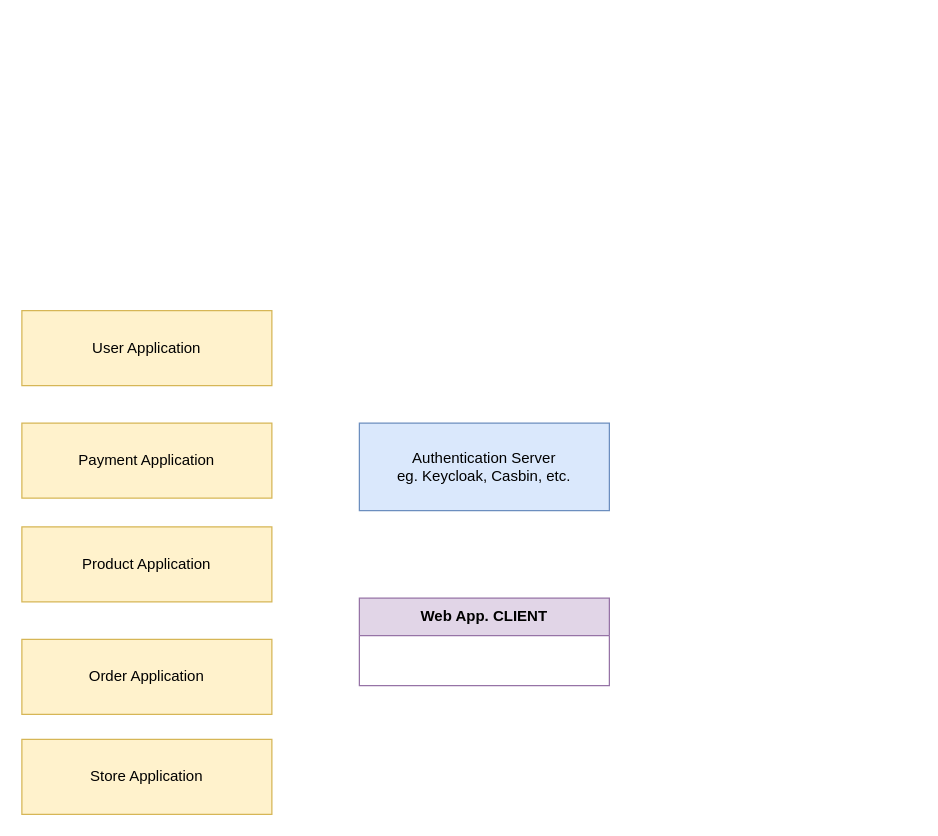
Earlier version of the draw.io diagram marketplace-diagram/MarketplaceApplication.drawio (AlibekAltynbek/draw.io). Source tidied: cells renumbered, new cells numbered last; positions are measured from the earlier drawing's top-left corner, leaving out a move shared by most shapes. Both pictures are drawn from the tidied source at 125%, with x=0, y=0 at pixel (21, 310).
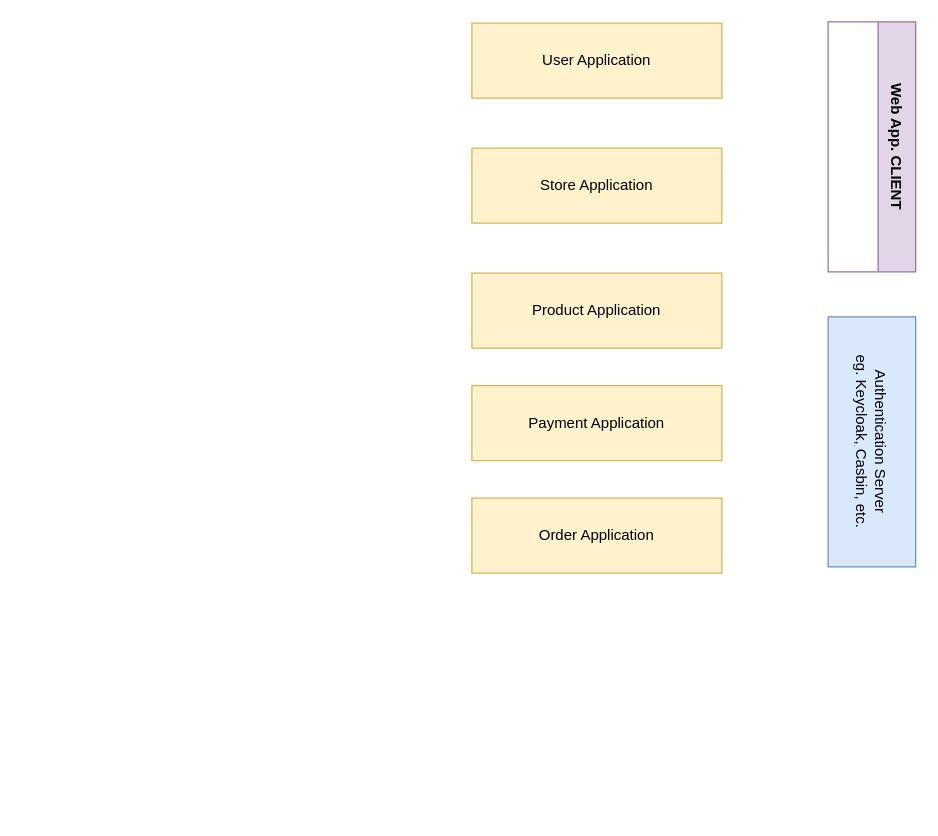
The same diagram, later.

What changed in the source:
```diff
@@
 <mxGraphModel>
   <root>
     <mxCell id="0" />
     <mxCell id="1" parent="0" />
-    <mxCell id="2" value="Web App. CLIENT" style="swimlane;whiteSpace=wrap;html=1;startSize=30;fillColor=#e1d5e7;strokeColor=#9673a6;" parent="1" vertex="1">
-      <mxGeometry x="270" y="230" width="200" height="70" as="geometry" />
+    <mxCell id="2" value="Web App. CLIENT" style="swimlane;whiteSpace=wrap;html=1;startSize=30;fillColor=#e1d5e7;strokeColor=#9673a6;rotation=90;" parent="1" vertex="1">
+      <mxGeometry x="580" y="-166" width="200" height="70" as="geometry" />
     </mxCell>
-    <mxCell id="3" value="Authentication Server&lt;br&gt;eg. Keycloak, Casbin, etc." style="rounded=0;whiteSpace=wrap;html=1;fillColor=#dae8fc;strokeColor=#6c8ebf;" parent="1" vertex="1">
-      <mxGeometry x="270" y="90" width="200" height="70" as="geometry" />
+    <mxCell id="3" value="Authentication Server&lt;br&gt;eg. Keycloak, Casbin, etc." style="rounded=0;whiteSpace=wrap;html=1;fillColor=#dae8fc;strokeColor=#6c8ebf;rotation=90;" parent="1" vertex="1">
+      <mxGeometry x="580" y="70" width="200" height="70" as="geometry" />
     </mxCell>
     <mxCell id="4" value="User Application" style="rounded=0;whiteSpace=wrap;html=1;fillColor=#fff2cc;strokeColor=#d6b656;" parent="1" vertex="1">
-      <mxGeometry width="200" height="60" as="geometry" />
+      <mxGeometry x="360" y="-230" width="200" height="60" as="geometry" />
     </mxCell>
     <mxCell id="5" value="Product Application" style="rounded=0;whiteSpace=wrap;html=1;fillColor=#fff2cc;strokeColor=#d6b656;" parent="1" vertex="1">
-      <mxGeometry y="173" width="200" height="60" as="geometry" />
+      <mxGeometry x="360" y="-30" width="200" height="60" as="geometry" />
     </mxCell>
     <mxCell id="6" value="&lt;div&gt;Order Application&lt;/div&gt;" style="rounded=0;whiteSpace=wrap;html=1;fillColor=#fff2cc;strokeColor=#d6b656;" parent="1" vertex="1">
-      <mxGeometry y="263" width="200" height="60" as="geometry" />
+      <mxGeometry x="360" y="150" width="200" height="60" as="geometry" />
     </mxCell>
     <mxCell id="7" value="Store Application" style="rounded=0;whiteSpace=wrap;html=1;fillColor=#fff2cc;strokeColor=#d6b656;" parent="1" vertex="1">
-      <mxGeometry y="343" width="200" height="60" as="geometry" />
+      <mxGeometry x="360" y="-130" width="200" height="60" as="geometry" />
     </mxCell>
     <mxCell id="8" value="Payment Application" style="rounded=0;whiteSpace=wrap;html=1;fillColor=#fff2cc;strokeColor=#d6b656;" parent="1" vertex="1">
-      <mxGeometry y="90" width="200" height="60" as="geometry" />
+      <mxGeometry x="360" y="60" width="200" height="60" as="geometry" />
     </mxCell>
   </root>
 </mxGraphModel>
```
